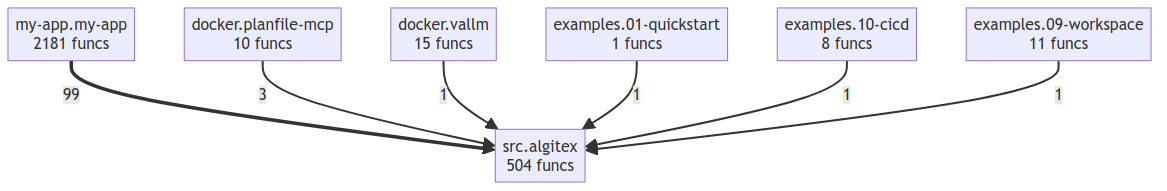
The Mermaid diagram project/compact_flow.png in semcod/algitex, before a commit. Its source is kept beside it as project/compact_flow.mmd.
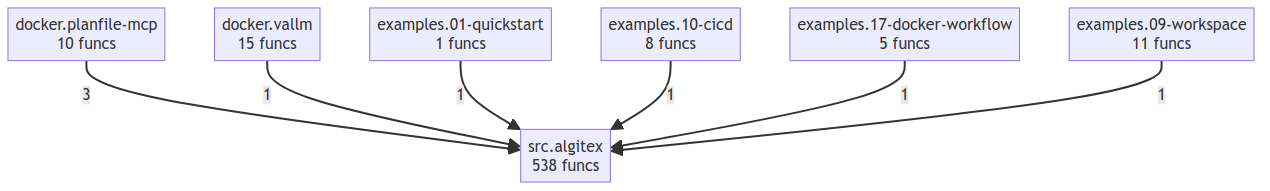
Later version of the same file.

What changed in the source:
```diff
@@ -4,11 +4,11 @@
     examples__01_quickstart["examples.01-quickstart<br/>1 funcs"]
     examples__09_workspace["examples.09-workspace<br/>11 funcs"]
     examples__10_cicd["examples.10-cicd<br/>8 funcs"]
-    my_app__my_app["my-app.my-app<br/>2181 funcs"]
-    src__algitex["src.algitex<br/>504 funcs"]
-    my_app__my_app ==>|99| src__algitex
+    examples__17_docker_workflow["examples.17-docker-workflow<br/>5 funcs"]
+    src__algitex["src.algitex<br/>538 funcs"]
     docker__planfile_mcp -->|3| src__algitex
     docker__vallm -->|1| src__algitex
     examples__01_quickstart -->|1| src__algitex
     examples__10_cicd -->|1| src__algitex
+    examples__17_docker_workflow -->|1| src__algitex
     examples__09_workspace -->|1| src__algitex
```
